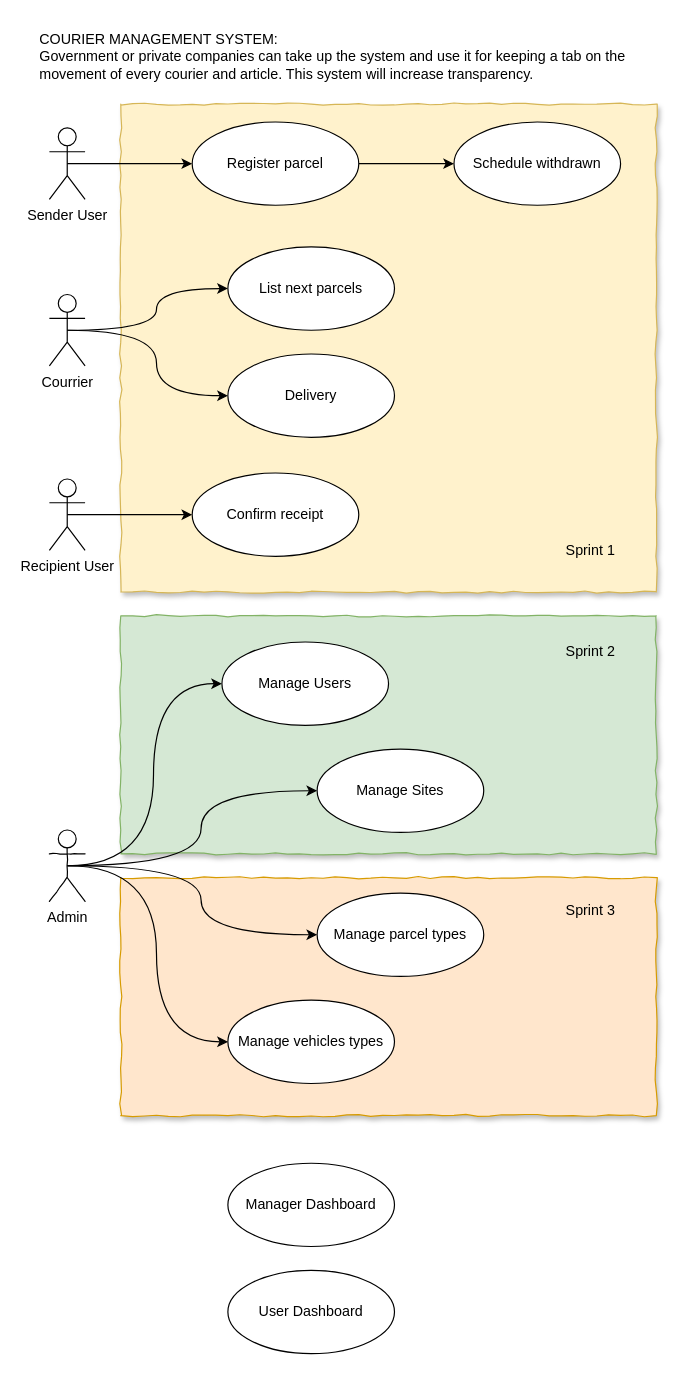
This is page "Use cases" (1 of 4) of docs/HI-parcel-UML.drawio from akctba/hiparcel, a draw.io file, before an edit. Source tidied: cells renumbered, new cells numbered last; positions are measured from the earlier drawing's top-left corner, leaving out a move shared by most shapes. Both pictures are drawn from the tidied source at 119%, with x=0, y=0 at pixel (37, 20).
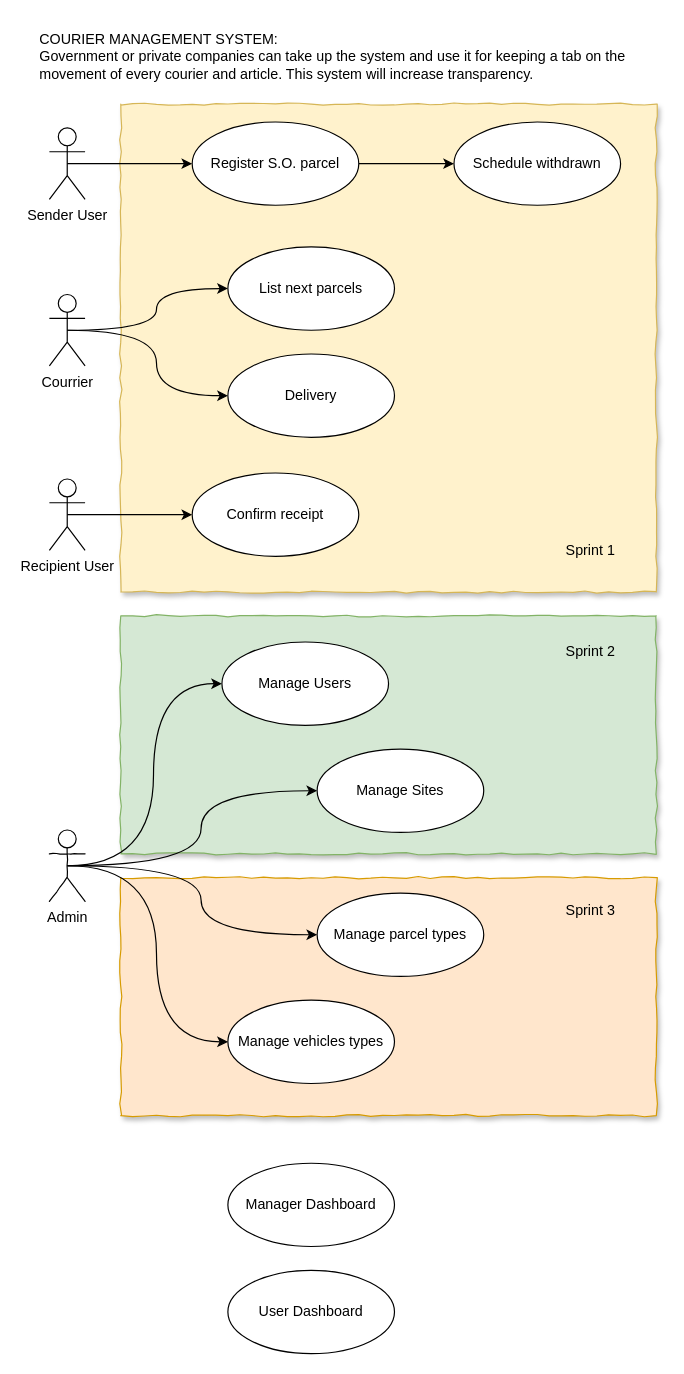
The same diagram, later.

Change to the diagram source:
```diff
@@
-    <mxCell id="12" value="Register parcel" style="ellipse;whiteSpace=wrap;html=1;" parent="1" vertex="1">
+    <mxCell id="12" value="Register S.O. parcel" style="ellipse;whiteSpace=wrap;html=1;" parent="1" vertex="1">
       <mxGeometry x="130" y="85" width="140" height="70" as="geometry" />
     </mxCell>
```
